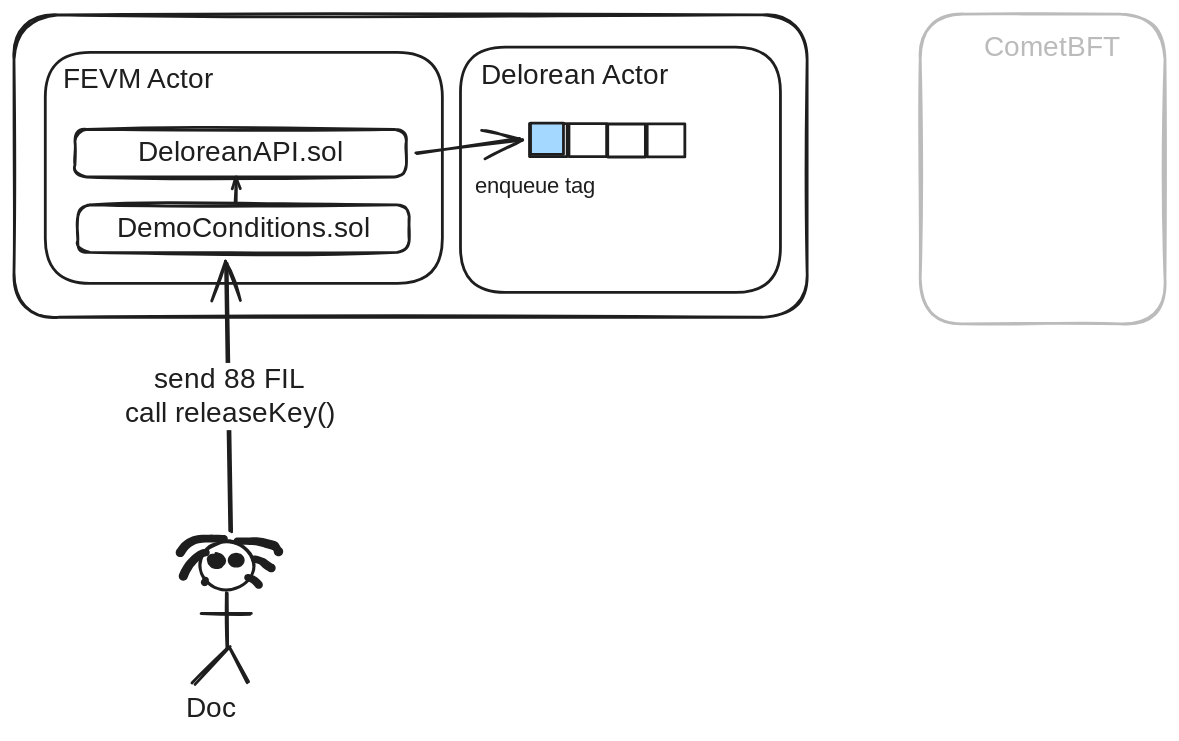
Before: Delorean-Docs/diagrams/flow_3.excalidraw.svg, a diagram exported from Excalidraw (ChainSafe/Delorean-Protocol). Source tidied: one line per element, renumbered; positions are measured from the earlier drawing's top-left corner, leaving out a move shared by most shapes.
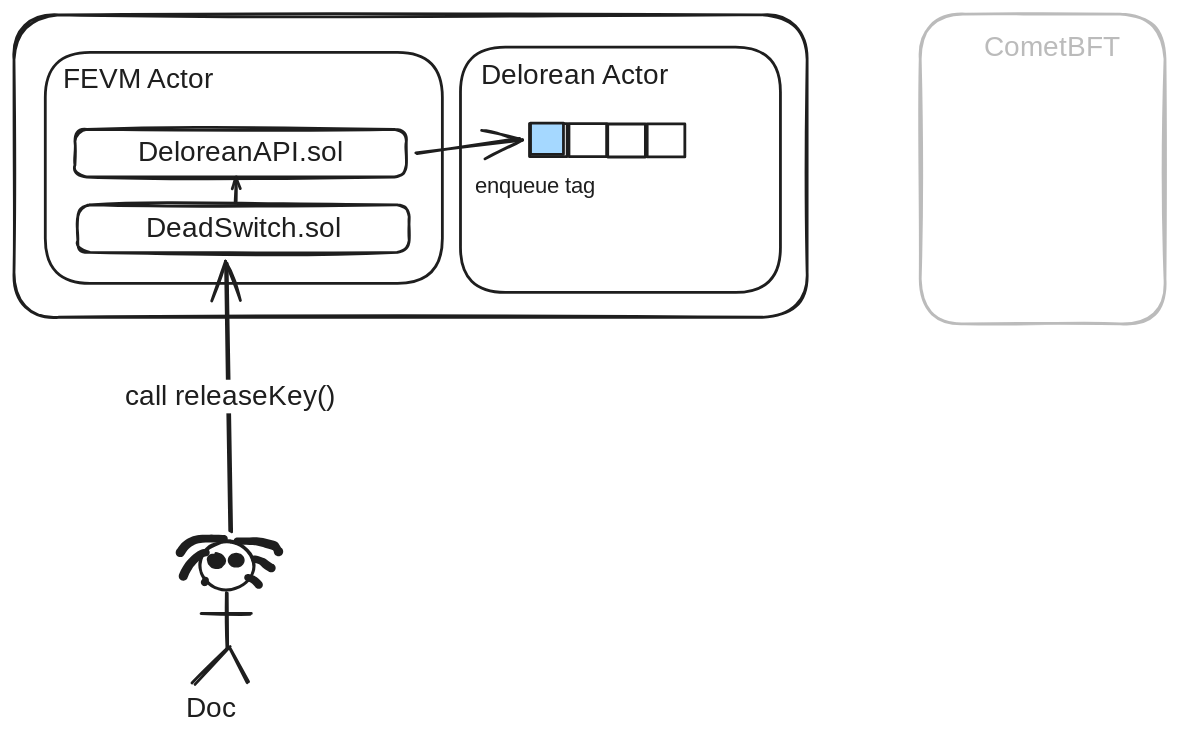
After the commit.

Commit message:
updaet diagrams to reflect new demo

Change to the diagram source:
```diff
@@ -14,7 +14,7 @@
 {"id": 13, "type": "freedraw", "strokeColor": "#1e1e1e", "backgroundColor": "#1e1e1e", "fillStyle": "solid", "strokeWidth": 1, "roughness": 0, "x": 167, "y": 403, "width": 8, "height": 5, "points": [[0, 0], [0, 0], [1, 0], [2, 0], [3, 1], [4, 1], [4, 1], [5, 2], [5, 2], [6, 3], [6, 3], [6, 3], [7, 3], [7, 4], [7, 4], [7, 4], [7, 4], [8, 5], [8, 5], [8, 5], [8, 5]]}
 {"id": 14, "type": "rectangle", "strokeColor": "#1e1e1e", "strokeWidth": 2, "roughness": 1, "round": true, "x": 0, "y": 1, "width": 567, "height": 216}
 {"id": 15, "type": "rectangle", "strokeColor": "#1e1e1e", "strokeWidth": 2, "roughness": 1, "round": true, "x": 46, "y": 136, "width": 237, "height": 34}
-{"id": 16, "type": "text", "text": "DemoConditions.sol", "strokeColor": "#1e1e1e", "strokeWidth": 2, "roughness": 1, "fontSize": 20, "fontFamily": 3, "textAlign": "center", "verticalAlign": "middle", "inside": 15, "x": 58, "y": 141, "width": 211, "height": 24}
+{"id": 16, "type": "text", "text": "DeadSwitch.sol", "strokeColor": "#1e1e1e", "strokeWidth": 2, "roughness": 1, "fontSize": 20, "fontFamily": 3, "textAlign": "center", "verticalAlign": "middle", "inside": 15, "x": 82, "y": 141, "width": 164, "height": 24}
 {"id": 17, "type": "rectangle", "strokeColor": "#1e1e1e", "strokeWidth": 2, "roughness": 1, "round": true, "x": 44, "y": 82, "width": 237, "height": 34}
 {"id": 18, "type": "text", "text": "DeloreanAPI.sol", "strokeColor": "#1e1e1e", "strokeWidth": 2, "roughness": 1, "fontSize": 20, "fontFamily": 3, "textAlign": "center", "verticalAlign": "middle", "inside": 17, "x": 74, "y": 87, "width": 176, "height": 24}
 {"id": 19, "type": "rectangle", "strokeColor": "#1e1e1e", "strokeWidth": 2, "roughness": 0, "round": true, "x": 22, "y": 27, "width": 284, "height": 165}
@@ -24,7 +24,7 @@
 {"id": 23, "type": "rectangle", "strokeColor": "#1e1e1e", "strokeWidth": 2, "roughness": 1, "opacity": 30, "round": true, "x": 647, "y": 0, "width": 175, "height": 221}
 {"id": 24, "type": "text", "text": "CometBFT", "strokeColor": "#1e1e1e", "strokeWidth": 2, "roughness": 1, "opacity": 30, "fontSize": 20, "fontFamily": 3, "x": 693, "y": 12, "width": 94, "height": 24}
 {"id": 25, "type": "arrow", "strokeColor": "#1e1e1e", "strokeWidth": 2, "roughness": 1, "endArrowhead": "arrow", "round": true, "from": 0, "to": 15, "x": 155, "y": 369, "width": 3, "height": 192, "points": [[0, 0], [-3, -192]]}
-{"id": 26, "type": "text", "text": "send 88 FIL\ncall releaseKey()", "strokeColor": "#1e1e1e", "strokeWidth": 2, "roughness": 1, "fontSize": 20, "fontFamily": 3, "textAlign": "center", "verticalAlign": "middle", "inside": 25, "x": 54, "y": 249, "width": 199, "height": 48}
+{"id": 26, "type": "text", "text": "call releaseKey()", "strokeColor": "#1e1e1e", "strokeWidth": 2, "roughness": 1, "fontSize": 20, "fontFamily": 3, "textAlign": "center", "verticalAlign": "middle", "inside": 25, "x": 54, "y": 261, "width": 199, "height": 24}
 {"id": 27, "type": "rectangle", "strokeColor": "#1e1e1e", "strokeWidth": 2, "roughness": 0, "x": 368, "y": 78, "width": 27, "height": 24}
 {"id": 28, "type": "rectangle", "strokeColor": "#1e1e1e", "strokeWidth": 2, "roughness": 0, "x": 396, "y": 78, "width": 27, "height": 24}
 {"id": 29, "type": "rectangle", "strokeColor": "#1e1e1e", "strokeWidth": 2, "roughness": 0, "x": 424, "y": 79, "width": 27, "height": 24}
```
